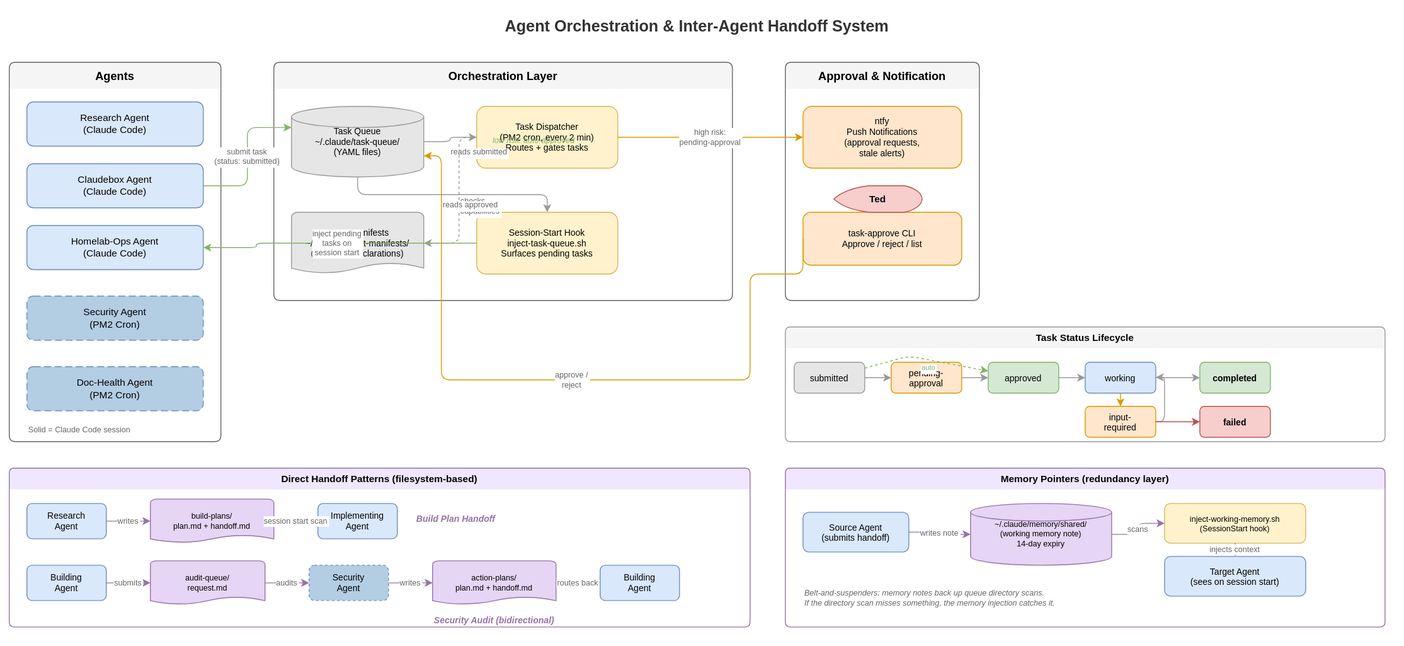
The draw.io diagram docs/assets/agent-orchestration-handoff.drawio.svg in TadMSTR/homelab-agent, before a commit. Source tidied: cells renumbered, new cells last; positions are measured from the earlier drawing's top-left corner, leaving out a move shared by most shapes.
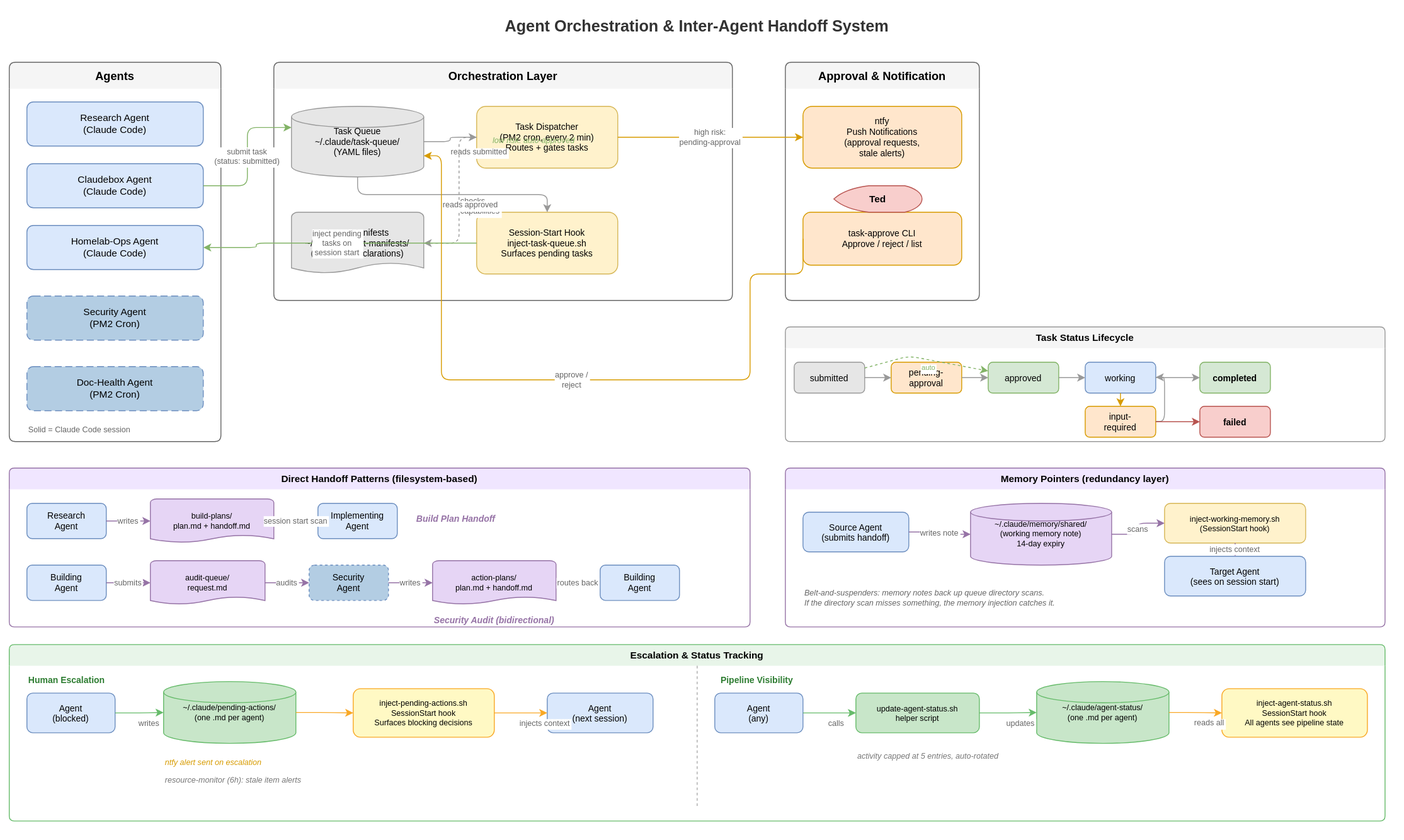
The same diagram one commit later.

Commit message:
docs: update agent-orchestration diagram with pending-actions and agent-status sections

Diff of the diagram source:
```diff
@@ -251,5 +251,86 @@
     <mxCell id="72" value="Belt-and-suspenders: memory notes back up queue directory scans.&#10;If the directory scan misses something, the memory injection catches it." style="text;fontSize=9;fontColor=#666666;fontStyle=2;align=left;whiteSpace=wrap;" parent="64" vertex="1">
       <mxGeometry x="20" y="130" width="380" height="40" as="geometry" />
     </mxCell>
+    <mxCell id="73" value="Escalation &amp; Status Tracking" style="swimlane;startSize=24;fillColor=#e8f5e9;strokeColor=#66bb6a;fontStyle=1;fontSize=11;swimlaneLine=0;rounded=1;arcSize=8;" parent="1" vertex="1">
+      <mxGeometry y="720" width="1560" height="200" as="geometry" />
+    </mxCell>
+    <mxCell id="74" value="Human Escalation" style="text;fontSize=10;fontColor=#2e7d32;fontStyle=1;align=left;" parent="73" vertex="1">
+      <mxGeometry x="20" y="28" width="150" height="18" as="geometry" />
+    </mxCell>
+    <mxCell id="75" value="Agent&#10;(blocked)" style="rounded=1;whiteSpace=wrap;fillColor=#dae8fc;strokeColor=#6c8ebf;fontSize=10;" parent="73" vertex="1">
+      <mxGeometry x="20" y="55" width="100" height="45" as="geometry" />
+    </mxCell>
+    <mxCell id="76" value="~/.claude/pending-actions/&#10;(one .md per agent)" style="shape=cylinder3;whiteSpace=wrap;fillColor=#c8e6c9;strokeColor=#66bb6a;fontSize=9;size=12;" parent="73" vertex="1">
+      <mxGeometry x="175" y="42" width="150" height="70" as="geometry" />
+    </mxCell>
+    <mxCell id="77" value="inject-pending-actions.sh&#10;SessionStart hook&#10;Surfaces blocking decisions" style="rounded=1;whiteSpace=wrap;fillColor=#fff9c4;strokeColor=#f9a825;fontSize=9;" parent="73" vertex="1">
+      <mxGeometry x="390" y="50" width="160" height="55" as="geometry" />
+    </mxCell>
+    <mxCell id="78" value="Agent&#10;(next session)" style="rounded=1;whiteSpace=wrap;fillColor=#dae8fc;strokeColor=#6c8ebf;fontSize=10;" parent="73" vertex="1">
+      <mxGeometry x="610" y="55" width="120" height="45" as="geometry" />
+    </mxCell>
+    <mxCell id="79" value="ntfy alert sent on escalation" style="text;fontSize=9;fontColor=#d79b00;fontStyle=2;align=left;" parent="73" vertex="1">
+      <mxGeometry x="175" y="122" width="210" height="16" as="geometry" />
+    </mxCell>
+    <mxCell id="80" value="resource-monitor (6h): stale item alerts" style="text;fontSize=9;fontColor=#777777;fontStyle=2;align=left;" parent="73" vertex="1">
+      <mxGeometry x="175" y="142" width="230" height="16" as="geometry" />
+    </mxCell>
+    <mxCell id="81" style="edgeStyle=orthogonalEdgeStyle;rounded=1;strokeColor=#66bb6a;fontSize=9;" parent="73" edge="1" source="75" target="76">
+      <mxGeometry relative="1" as="geometry" />
+    </mxCell>
+    <mxCell id="82" value="writes" style="edgeLabel;fontSize=9;fontColor=#666666;" parent="81" vertex="1">
+      <mxGeometry x="-0.1" relative="1" as="geometry" />
+    </mxCell>
+    <mxCell id="83" style="edgeStyle=orthogonalEdgeStyle;rounded=1;strokeColor=#f9a825;fontSize=9;" parent="73" edge="1" source="76" target="77">
+      <mxGeometry relative="1" as="geometry" />
+    </mxCell>
+    <mxCell id="84" style="edgeStyle=orthogonalEdgeStyle;rounded=1;strokeColor=#f9a825;fontSize=9;" parent="73" edge="1" source="77" target="78">
+      <mxGeometry relative="1" as="geometry" />
+    </mxCell>
+    <mxCell id="85" value="injects context" style="edgeLabel;fontSize=9;fontColor=#666666;" parent="84" vertex="1">
+      <mxGeometry x="-0.1" relative="1" as="geometry" />
+    </mxCell>
+    <mxCell id="86" style="endArrow=none;startArrow=none;strokeColor=#aaaaaa;strokeWidth=1;dashed=1;" parent="73" edge="1">
+      <mxGeometry relative="1" as="geometry">
+        <mxPoint x="780" y="24" as="sourcePoint" />
+        <mxPoint x="780" y="185" as="targetPoint" />
+      </mxGeometry>
+    </mxCell>
+    <mxCell id="87" value="Pipeline Visibility" style="text;fontSize=10;fontColor=#2e7d32;fontStyle=1;align=left;" parent="73" vertex="1">
+      <mxGeometry x="805" y="28" width="150" height="18" as="geometry" />
+    </mxCell>
+    <mxCell id="88" value="Agent&#10;(any)" style="rounded=1;whiteSpace=wrap;fillColor=#dae8fc;strokeColor=#6c8ebf;fontSize=10;" parent="73" vertex="1">
+      <mxGeometry x="800" y="55" width="100" height="45" as="geometry" />
+    </mxCell>
+    <mxCell id="89" value="update-agent-status.sh&#10;helper script" style="rounded=1;whiteSpace=wrap;fillColor=#c8e6c9;strokeColor=#66bb6a;fontSize=9;" parent="73" vertex="1">
+      <mxGeometry x="960" y="55" width="140" height="45" as="geometry" />
+    </mxCell>
+    <mxCell id="90" value="~/.claude/agent-status/&#10;(one .md per agent)" style="shape=cylinder3;whiteSpace=wrap;fillColor=#c8e6c9;strokeColor=#66bb6a;fontSize=9;size=12;" parent="73" vertex="1">
+      <mxGeometry x="1165" y="42" width="150" height="70" as="geometry" />
+    </mxCell>
+    <mxCell id="91" value="inject-agent-status.sh&#10;SessionStart hook&#10;All agents see pipeline state" style="rounded=1;whiteSpace=wrap;fillColor=#fff9c4;strokeColor=#f9a825;fontSize=9;" parent="73" vertex="1">
+      <mxGeometry x="1375" y="50" width="165" height="55" as="geometry" />
+    </mxCell>
+    <mxCell id="92" value="activity capped at 5 entries, auto-rotated" style="text;fontSize=9;fontColor=#777777;fontStyle=2;align=left;" parent="73" vertex="1">
+      <mxGeometry x="960" y="115" width="260" height="16" as="geometry" />
+    </mxCell>
+    <mxCell id="93" style="edgeStyle=orthogonalEdgeStyle;rounded=1;strokeColor=#66bb6a;fontSize=9;" parent="73" edge="1" source="88" target="89">
+      <mxGeometry relative="1" as="geometry" />
+    </mxCell>
+    <mxCell id="94" value="calls" style="edgeLabel;fontSize=9;fontColor=#666666;" parent="93" vertex="1">
+      <mxGeometry x="-0.1" relative="1" as="geometry" />
+    </mxCell>
+    <mxCell id="95" style="edgeStyle=orthogonalEdgeStyle;rounded=1;strokeColor=#66bb6a;fontSize=9;" parent="73" edge="1" source="89" target="90">
+      <mxGeometry relative="1" as="geometry" />
+    </mxCell>
+    <mxCell id="96" value="updates" style="edgeLabel;fontSize=9;fontColor=#666666;" parent="95" vertex="1">
+      <mxGeometry x="-0.1" relative="1" as="geometry" />
+    </mxCell>
+    <mxCell id="97" style="edgeStyle=orthogonalEdgeStyle;rounded=1;strokeColor=#f9a825;fontSize=9;" parent="73" edge="1" source="90" target="91">
+      <mxGeometry relative="1" as="geometry" />
+    </mxCell>
+    <mxCell id="98" value="reads all" style="edgeLabel;fontSize=9;fontColor=#666666;" parent="97" vertex="1">
+      <mxGeometry x="-0.1" relative="1" as="geometry" />
+    </mxCell>
   </root>
 </mxGraphModel>
```
